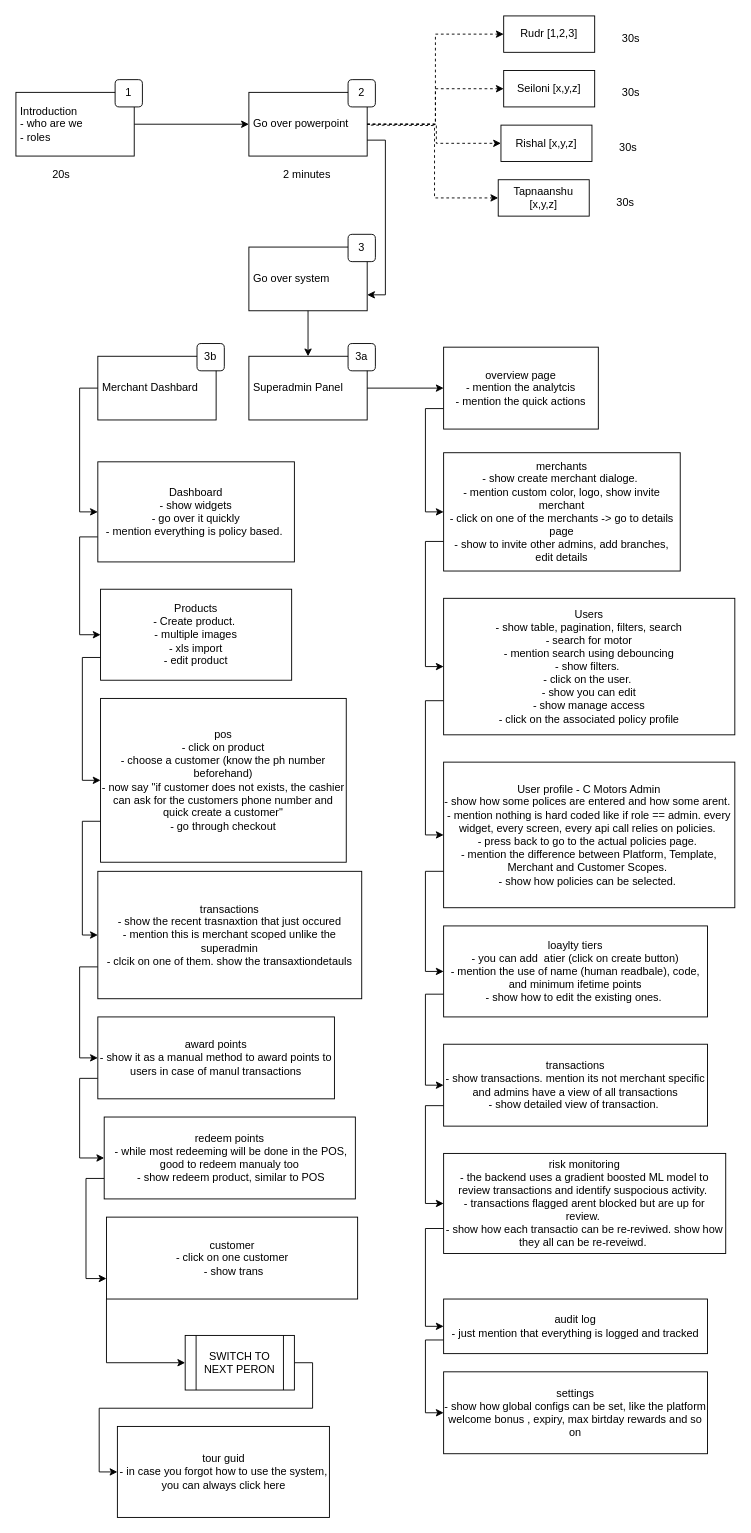
Earlier version of the draw.io diagram page "Page-8" (8 of 8) of Final Demo Workflow.drawio (Tapnaanshu/drawio). Source tidied: cells renumbered, new cells numbered last; positions are measured from the earlier drawing's top-left corner, leaving out a move shared by most shapes. Both pictures are drawn from the tidied source at 91%, with x=0, y=0 at pixel (15, 15).
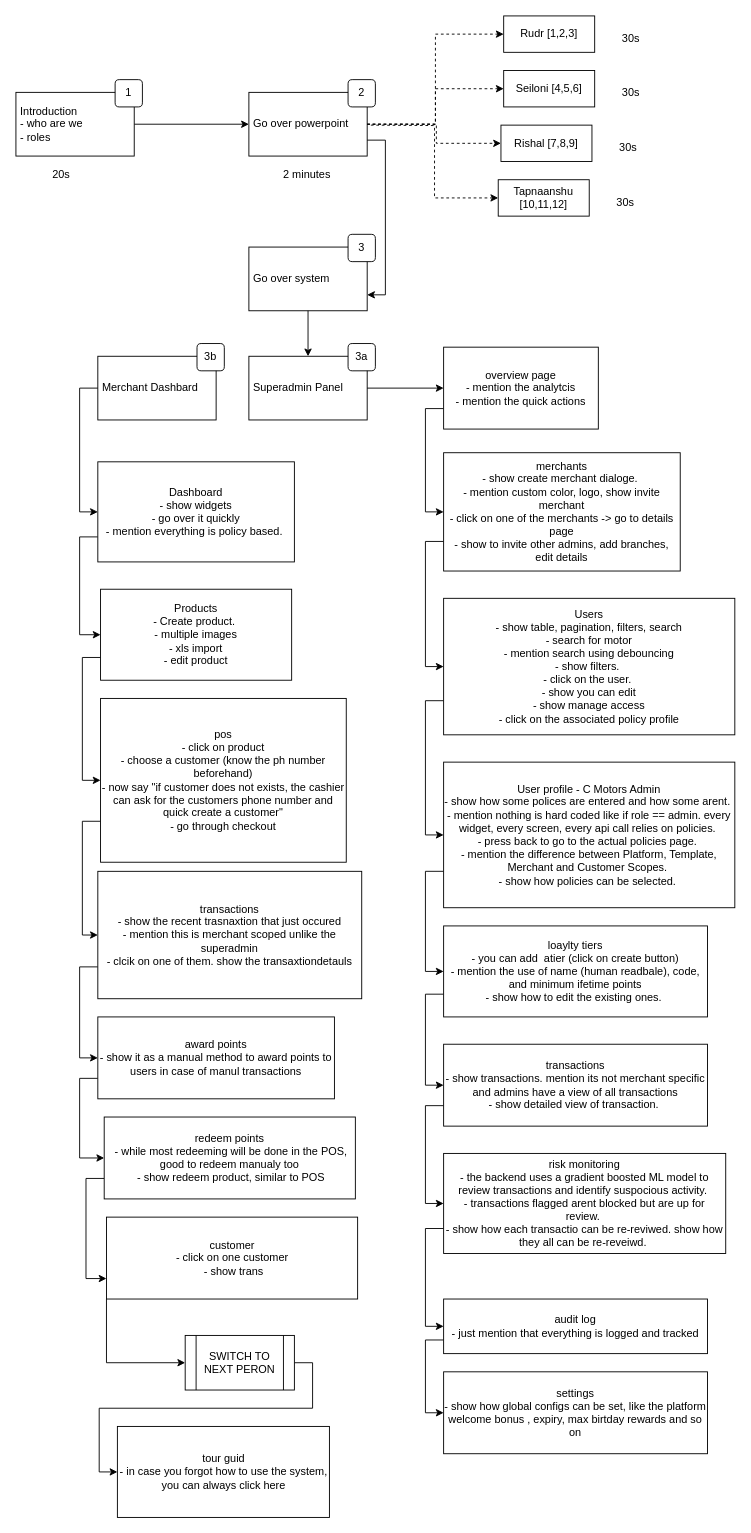
Above is the later version.

Diff of the diagram source:
```diff
@@
-    <mxCell id="14" value="Seiloni [x,y,z]" style="whiteSpace=wrap;html=1;align=center;" parent="1" vertex="1">
+    <mxCell id="14" value="Seiloni [4,5,6]" style="whiteSpace=wrap;html=1;align=center;" parent="1" vertex="1">
       <mxGeometry x="536" y="60" width="100" height="40" as="geometry" />
     </mxCell>
@@
-    <mxCell id="17" value="Rishal [x,y,z]" style="whiteSpace=wrap;html=1;align=center;" parent="1" vertex="1">
+    <mxCell id="17" value="Rishal [7,8,9]" style="whiteSpace=wrap;html=1;align=center;" parent="1" vertex="1">
       <mxGeometry x="533" y="120" width="100" height="40" as="geometry" />
     </mxCell>
@@
-    <mxCell id="20" value="Tapnaanshu [x,y,z]" style="whiteSpace=wrap;html=1;align=center;" parent="1" vertex="1">
+    <mxCell id="20" value="Tapnaanshu [10,11,12]" style="whiteSpace=wrap;html=1;align=center;" parent="1" vertex="1">
       <mxGeometry x="530" y="180" width="100" height="40" as="geometry" />
     </mxCell>
```
